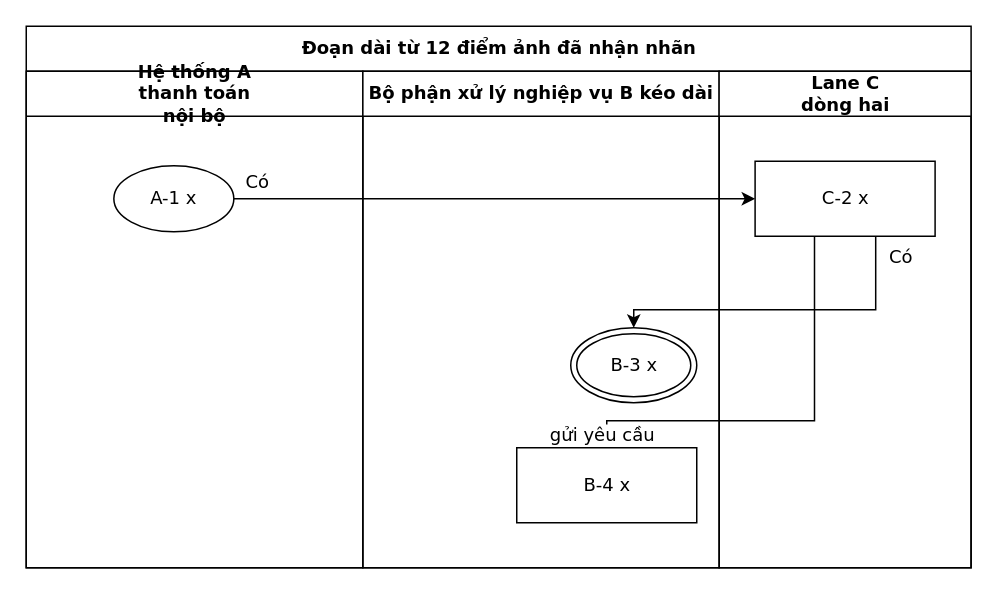
luytbq/flowcast keeps this draw.io diagram as conformance/golden/optimize/cases-56-label-short-segment.drawio. Above is the earlier version. Source tidied: cells renumbered, new cells numbered last; positions are measured from the earlier drawing's top-left corner, leaving out a move shared by most shapes. Both pictures are drawn from the tidied source at 150%, with x=0, y=0 at pixel (26, 26).
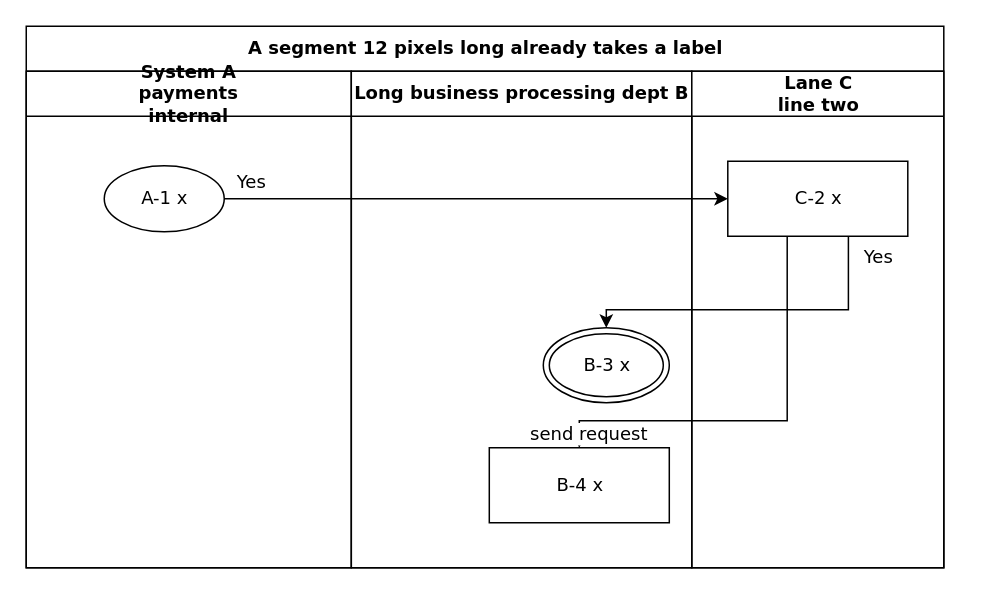
After the change.

The edit, as a diff of the source:
```diff
@@
 <mxGraphModel>
   <root>
     <mxCell id="0" />
     <mxCell id="1" parent="0" />
-    <mxCell id="2" value="Đoạn dài từ 12 điểm ảnh đã nhận nhãn" style="swimlane;html=1;startSize=30;fontStyle=1;fontFamily=Verdana;fontSize=12;flowtable=1;" parent="1" vertex="1">
-      <mxGeometry width="629.9" height="361" as="geometry" />
+    <mxCell id="2" value="A segment 12 pixels long already takes a label" style="swimlane;html=1;startSize=30;fontStyle=1;fontFamily=Verdana;fontSize=12;flowtable=1;" parent="1" vertex="1">
+      <mxGeometry width="611.7" height="361" as="geometry" />
     </mxCell>
-    <mxCell id="3" value="Hệ thống A&lt;br&gt;thanh toán&lt;br&gt;nội bộ" style="swimlane;html=1;startSize=30;fontFamily=Verdana;fontSize=12;flowtable=1;" parent="2" vertex="1">
-      <mxGeometry y="30" width="224.4" height="331" as="geometry" />
+    <mxCell id="3" value="System A&lt;br&gt;payments&lt;br&gt;internal" style="swimlane;html=1;startSize=30;fontFamily=Verdana;fontSize=12;flowtable=1;" parent="2" vertex="1">
+      <mxGeometry y="30" width="216.7" height="331" as="geometry" />
     </mxCell>
-    <mxCell id="4" value="Bộ phận xử lý nghiệp vụ B kéo dài" style="swimlane;html=1;startSize=30;fontFamily=Verdana;fontSize=12;flowtable=1;" parent="2" vertex="1">
-      <mxGeometry x="224.4" y="30" width="237.6" height="331" as="geometry" />
+    <mxCell id="4" value="Long business processing dept B" style="swimlane;html=1;startSize=30;fontFamily=Verdana;fontSize=12;flowtable=1;" parent="2" vertex="1">
+      <mxGeometry x="216.7" y="30" width="227" height="331" as="geometry" />
     </mxCell>
-    <mxCell id="5" value="Lane C&lt;br&gt;dòng hai" style="swimlane;html=1;startSize=30;fontFamily=Verdana;fontSize=12;flowtable=1;" parent="2" vertex="1">
-      <mxGeometry x="461.9" y="30" width="168" height="331" as="geometry" />
+    <mxCell id="5" value="Lane C&lt;br&gt;line two" style="swimlane;html=1;startSize=30;fontFamily=Verdana;fontSize=12;flowtable=1;" parent="2" vertex="1">
+      <mxGeometry x="443.7" y="30" width="168" height="331" as="geometry" />
     </mxCell>
     <mxCell id="6" value="A-1 x" style="ellipse;html=1;fontFamily=Verdana;fontSize=12;flowtable=1;" parent="3" vertex="1">
-      <mxGeometry x="58.4" y="63" width="80" height="44" as="geometry" />
+      <mxGeometry x="52" y="63" width="80" height="44" as="geometry" />
     </mxCell>
     <mxCell id="7" value="C-2 x" style="rounded=0;html=1;fontFamily=Verdana;fontSize=12;flowtable=1;" parent="5" vertex="1">
       <mxGeometry x="24" y="60" width="120" height="50" as="geometry" />
     </mxCell>
     <mxCell id="8" value="B-3 x" style="shape=doubleEllipse;html=1;fontFamily=Verdana;fontSize=12;flowtable=1;" parent="4" vertex="1">
-      <mxGeometry x="138.6" y="171" width="84" height="50" as="geometry" />
+      <mxGeometry x="128" y="171" width="84" height="50" as="geometry" />
     </mxCell>
     <mxCell id="9" value="B-4 x" style="rounded=0;html=1;fontFamily=Verdana;fontSize=12;flowtable=1;" parent="4" vertex="1">
-      <mxGeometry x="102.6" y="251" width="120" height="50" as="geometry" />
+      <mxGeometry x="92" y="251" width="120" height="50" as="geometry" />
     </mxCell>
-    <mxCell id="10" value="Có" style="edgeStyle=orthogonalEdgeStyle;rounded=0;jettySize=auto;html=1;labelBackgroundColor=default;exitX=1;exitY=0.5;exitDx=0;exitDy=0;entryX=0;entryY=0.5;entryDx=0;entryDy=0;fontFamily=Verdana;fontSize=12;flowtable=1;" parent="2" edge="1" source="6" target="7">
-      <mxGeometry x="-0.91" relative="1" as="geometry">
+    <mxCell id="10" value="Yes" style="edgeStyle=orthogonalEdgeStyle;rounded=0;jettySize=auto;html=1;labelBackgroundColor=default;exitX=1;exitY=0.5;exitDx=0;exitDy=0;entryX=0;entryY=0.5;entryDx=0;entryDy=0;fontFamily=Verdana;fontSize=12;flowtable=1;" parent="2" edge="1" source="6" target="7">
+      <mxGeometry x="-0.89" relative="1" as="geometry">
         <mxPoint y="-11.5" as="offset" />
       </mxGeometry>
     </mxCell>
-    <mxCell id="11" value="gửi yêu cầu" style="edgeStyle=orthogonalEdgeStyle;rounded=0;jettySize=auto;html=1;labelBackgroundColor=default;exitX=0.33;exitY=1;exitDx=0;exitDy=0;entryX=0.5;entryY=0;entryDx=0;entryDy=0;fontFamily=Verdana;fontSize=12;flowtable=1;" parent="2" edge="1" source="7" target="9">
+    <mxCell id="11" value="send request" style="edgeStyle=orthogonalEdgeStyle;rounded=0;jettySize=auto;html=1;labelBackgroundColor=default;exitX=0.33;exitY=1;exitDx=0;exitDy=0;entryX=0.5;entryY=0;entryDx=0;entryDy=0;fontFamily=Verdana;fontSize=12;flowtable=1;" parent="2" edge="1" source="7" target="9">
       <mxGeometry x="0.94" relative="1" as="geometry">
         <Array as="points">
-          <mxPoint x="525.9" y="263" />
-          <mxPoint x="386.9" y="263" />
+          <mxPoint x="507.7" y="263" />
+          <mxPoint x="368.7" y="263" />
         </Array>
-        <mxPoint x="-2.8" as="offset" />
+        <mxPoint x="6.6" as="offset" />
       </mxGeometry>
     </mxCell>
-    <mxCell id="12" value="Có" style="edgeStyle=orthogonalEdgeStyle;rounded=0;jettySize=auto;html=1;labelBackgroundColor=default;exitX=0.67;exitY=1;exitDx=0;exitDy=0;entryX=0.5;entryY=0;entryDx=0;entryDy=0;fontFamily=Verdana;fontSize=12;flowtable=1;" parent="2" edge="1" source="7" target="8">
+    <mxCell id="12" value="Yes" style="edgeStyle=orthogonalEdgeStyle;rounded=0;jettySize=auto;html=1;labelBackgroundColor=default;exitX=0.67;exitY=1;exitDx=0;exitDy=0;entryX=0.5;entryY=0;entryDx=0;entryDy=0;fontFamily=Verdana;fontSize=12;flowtable=1;" parent="2" edge="1" source="7" target="8">
       <mxGeometry x="-0.87" relative="1" as="geometry">
         <Array as="points">
-          <mxPoint x="565.9" y="189" />
-          <mxPoint x="404.9" y="189" />
+          <mxPoint x="547.7" y="189" />
+          <mxPoint x="386.7" y="189" />
         </Array>
-        <mxPoint x="16.8" as="offset" />
+        <mxPoint x="19.4" as="offset" />
       </mxGeometry>
     </mxCell>
   </root>
 </mxGraphModel>
```
